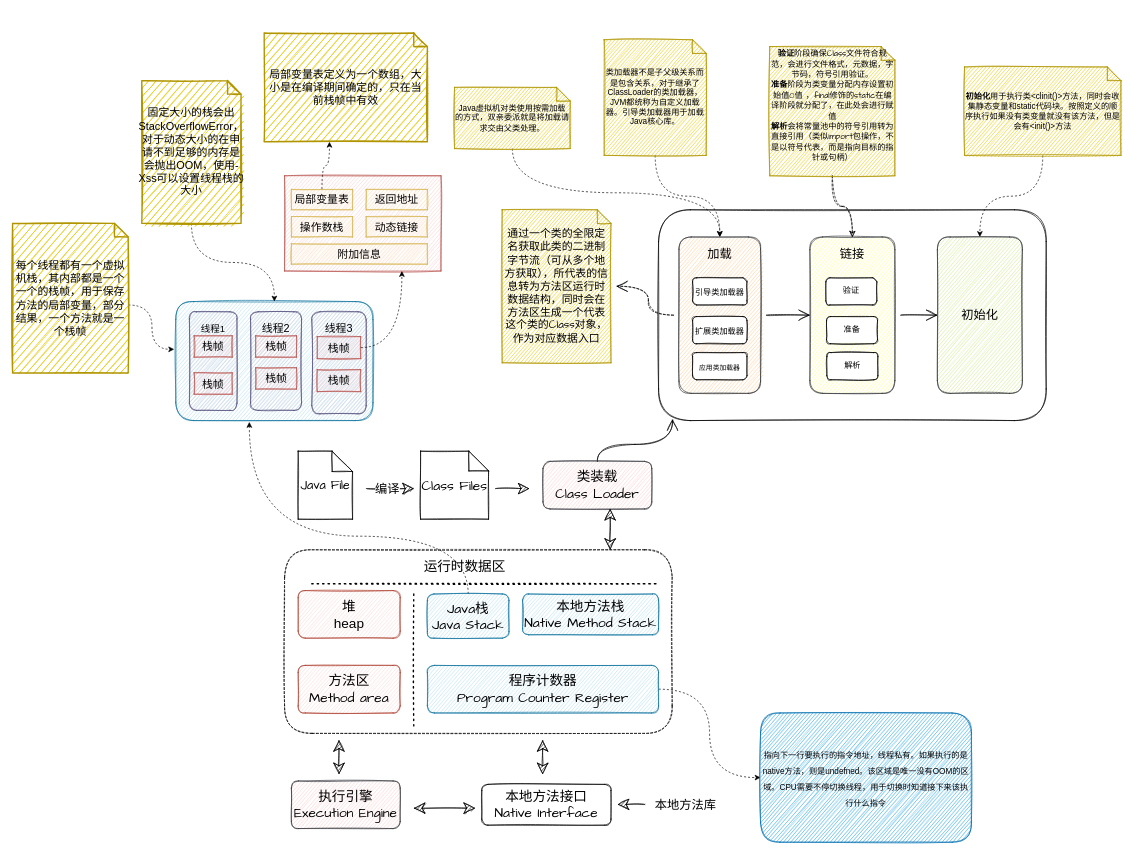
Above: study-note/JVM一览图.drawio in kchastes/blog (draw.io), before the change. Source tidied: cells renumbered, new cells numbered last; positions are measured from the earlier drawing's top-left corner, leaving out a move shared by most shapes. Both pictures are drawn from the tidied source at 68%, with x=0, y=0 at pixel (12, 33).
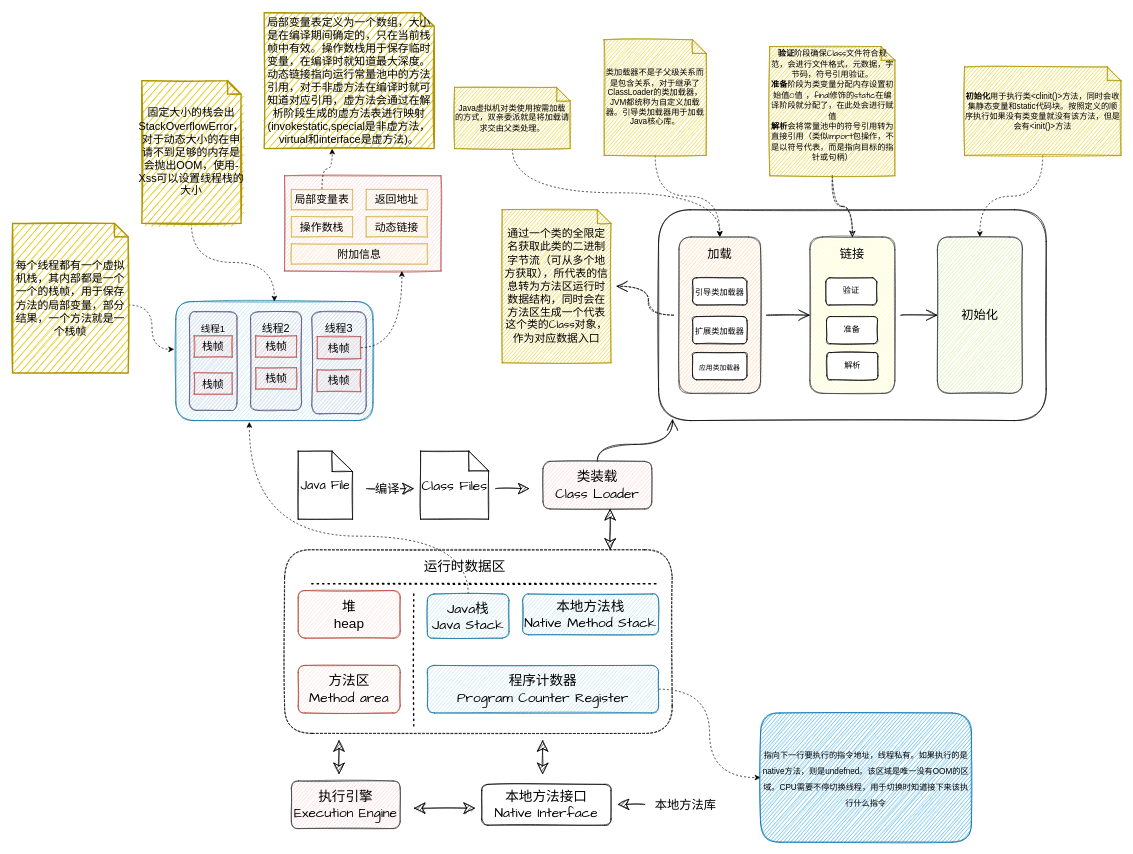
The same diagram, later.

Change to the diagram source:
```diff
@@
-    <mxCell id="81" value="&lt;span style=&quot;font-size: 16px;&quot;&gt;局部变量表定义为一个数组，大小是在编译期间确定的，只在当前栈帧中有效&lt;/span&gt;" style="shape=note;strokeWidth=2;fontSize=14;size=20;whiteSpace=wrap;html=1;fillColor=#e3c800;strokeColor=#B09500;sketch=1;fontColor=#000000;" parent="1" vertex="1">
-      <mxGeometry x="370" width="240" height="160" as="geometry" />
+    <mxCell id="81" value="&lt;span style=&quot;font-size: 16px;&quot;&gt;局部变量表定义为一个数组，大小是在编译期间确定的，只在当前栈帧中有效。操作数栈用于保存临时变量，在编译时就知道最大深度。动态链接指向运行常量池中的方法引用，对于非虚方法在编译时就可知道对应引用，虚方法会通过在解析阶段生成的虚方法表进行映射(invokestatic,special是非虚方法，virtual和interface是虚方法)。&lt;/span&gt;" style="shape=note;strokeWidth=2;fontSize=14;size=20;whiteSpace=wrap;html=1;fillColor=#e3c800;strokeColor=#B09500;sketch=1;fontColor=#000000;" parent="1" vertex="1">
+      <mxGeometry x="370" y="-30" width="250" height="200" as="geometry" />
     </mxCell>
```
